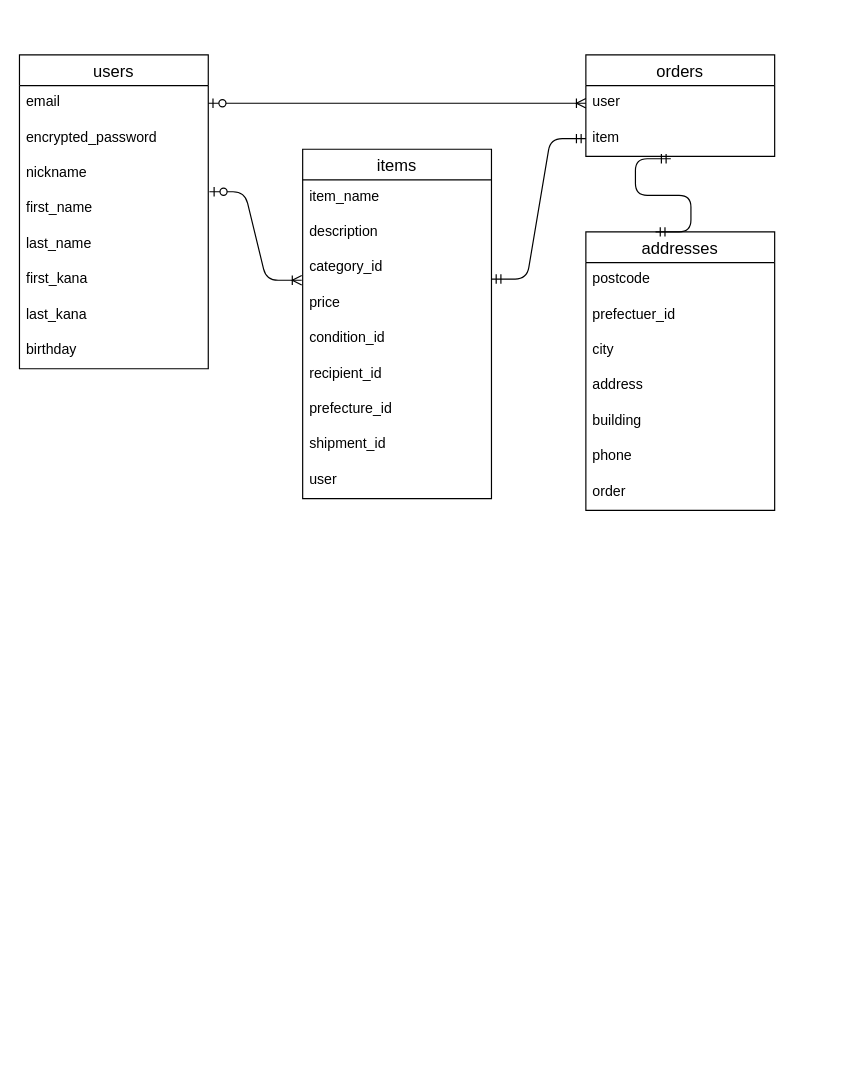
datiko1115/baton_app5 keeps this draw.io diagram as ER.dio. Above is the earlier version. Source tidied: cells renumbered, new cells numbered last; positions are measured from the earlier drawing's top-left corner, leaving out a move shared by most shapes. Both pictures are drawn from the tidied source at 118%, with x=0, y=0 at pixel (19, 54).
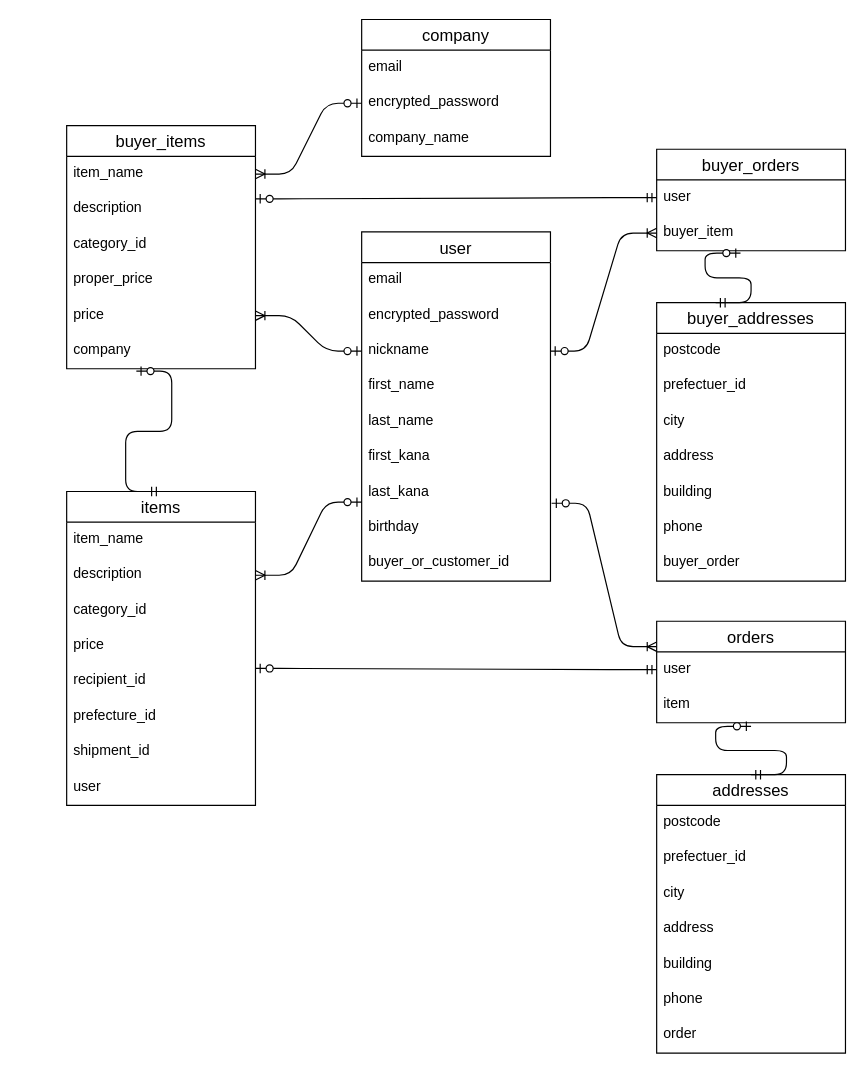
The same page after the edit.

Commit message (it also covers changes not shown here):
遷移図、README、ER図実装

The change refers to these unchanged cells:
```xml
<mxCell id="3" value="email" style="text;strokeColor=none;fillColor=none;spacingLeft=4;spacingRight=4;overflow=hidden;points=[[0,0.5],[1,0.5]];portConstraint=eastwest;fontSize=12;rounded=0;" parent="2" vertex="1">
  <mxGeometry y="26" width="160" height="30" as="geometry" />
</mxCell>
<mxCell id="5" value="nickname" style="text;strokeColor=none;fillColor=none;spacingLeft=4;spacingRight=4;overflow=hidden;points=[[0,0.5],[1,0.5]];portConstraint=eastwest;fontSize=12;rounded=0;" parent="2" vertex="1">
  <mxGeometry y="86" width="160" height="30" as="geometry" />
</mxCell>
<mxCell id="6" value="first_name" style="text;strokeColor=none;fillColor=none;spacingLeft=4;spacingRight=4;overflow=hidden;points=[[0,0.5],[1,0.5]];portConstraint=eastwest;fontSize=12;rounded=0;" parent="2" vertex="1">
  <mxGeometry y="116" width="160" height="30" as="geometry" />
</mxCell>
<mxCell id="9" value="last_kana" style="text;strokeColor=none;fillColor=none;spacingLeft=4;spacingRight=4;overflow=hidden;points=[[0,0.5],[1,0.5]];portConstraint=eastwest;fontSize=12;rounded=0;" parent="2" vertex="1">
  <mxGeometry y="206" width="160" height="30" as="geometry" />
</mxCell>
<mxCell id="12" value="item_name" style="text;strokeColor=none;fillColor=none;spacingLeft=4;spacingRight=4;overflow=hidden;points=[[0,0.5],[1,0.5]];portConstraint=eastwest;fontSize=12;rounded=0;" parent="11" vertex="1">
  <mxGeometry y="26" width="160" height="30" as="geometry" />
</mxCell>
<mxCell id="13" value="description" style="text;strokeColor=none;fillColor=none;spacingLeft=4;spacingRight=4;overflow=hidden;points=[[0,0.5],[1,0.5]];portConstraint=eastwest;fontSize=12;rounded=0;" parent="11" vertex="1">
  <mxGeometry y="56" width="160" height="30" as="geometry" />
</mxCell>
<mxCell id="14" value="category_id" style="text;strokeColor=none;fillColor=none;spacingLeft=4;spacingRight=4;overflow=hidden;points=[[0,0.5],[1,0.5]];portConstraint=eastwest;fontSize=12;rounded=0;" parent="11" vertex="1">
  <mxGeometry y="86" width="160" height="30" as="geometry" />
</mxCell>
<mxCell id="22" value="user" style="text;strokeColor=none;fillColor=none;spacingLeft=4;spacingRight=4;overflow=hidden;points=[[0,0.5],[1,0.5]];portConstraint=eastwest;fontSize=12;rounded=0;" parent="21" vertex="1">
  <mxGeometry y="26" width="160" height="30" as="geometry" />
</mxCell>
```

What changed in the source:
```diff
@@
-    <mxCell id="2" value="users" style="swimlane;fontStyle=0;horizontal=1;startSize=26;align=center;fontSize=14;rounded=0;" parent="1" vertex="1">
-      <mxGeometry width="160" height="266" as="geometry" />
+    <mxCell id="2" value="user" style="swimlane;fontStyle=0;horizontal=1;startSize=26;align=center;fontSize=14;rounded=0;" parent="1" vertex="1">
+      <mxGeometry x="290" y="150" width="160" height="296" as="geometry" />
     </mxCell>
@@
+    <mxCell id="36" value="buyer_or_customer_id" style="text;strokeColor=none;fillColor=none;spacingLeft=4;spacingRight=4;overflow=hidden;fontSize=12;rounded=0;" parent="2" vertex="1">
+      <mxGeometry y="266" width="160" height="30" as="geometry" />
+    </mxCell>
-    <mxCell id="11" value="items" style="swimlane;fontStyle=0;horizontal=1;startSize=26;align=center;fontSize=14;rounded=0;" parent="1" vertex="1">
-      <mxGeometry x="240" y="80" width="160" height="296" as="geometry" />
+    <mxCell id="11" value="buyer_items" style="swimlane;fontStyle=0;horizontal=1;startSize=26;align=center;fontSize=14;rounded=0;" parent="1" vertex="1">
+      <mxGeometry x="40" y="60" width="160" height="206" as="geometry" />
     </mxCell>
@@
+    <mxCell id="37" value="proper_price" style="text;strokeColor=none;fillColor=none;spacingLeft=4;spacingRight=4;overflow=hidden;fontSize=12;rounded=0;" parent="11" vertex="1">
+      <mxGeometry y="116" width="160" height="30" as="geometry" />
+    </mxCell>
     <mxCell id="15" value="price" style="text;strokeColor=none;fillColor=none;spacingLeft=4;spacingRight=4;overflow=hidden;points=[[0,0.5],[1,0.5]];portConstraint=eastwest;fontSize=12;rounded=0;" parent="11" vertex="1">
-      <mxGeometry y="116" width="160" height="30" as="geometry" />
+      <mxGeometry y="146" width="160" height="30" as="geometry" />
     </mxCell>
-    <mxCell id="16" value="condition_id" style="text;strokeColor=none;fillColor=none;spacingLeft=4;spacingRight=4;overflow=hidden;fontSize=12;rounded=0;" parent="11" vertex="1">
-      <mxGeometry y="146" width="160" height="30" as="geometry" />
-    </mxCell>
-    <mxCell id="17" value="recipient_id" style="text;strokeColor=none;fillColor=none;spacingLeft=4;spacingRight=4;overflow=hidden;points=[[0,0.5],[1,0.5]];portConstraint=eastwest;fontSize=12;rounded=0;" parent="11" vertex="1">
-      <mxGeometry y="176" width="160" height="30" as="geometry" />
-    </mxCell>
-    <mxCell id="18" value="prefecture_id" style="text;strokeColor=none;fillColor=none;spacingLeft=4;spacingRight=4;overflow=hidden;fontSize=12;rounded=0;" parent="11" vertex="1">
-      <mxGeometry y="206" width="160" height="30" as="geometry" />
-    </mxCell>
-    <mxCell id="19" value="shipment_id" style="text;strokeColor=none;fillColor=none;spacingLeft=4;spacingRight=4;overflow=hidden;fontSize=12;rounded=0;" parent="11" vertex="1">
-      <mxGeometry y="236" width="160" height="30" as="geometry" />
-    </mxCell>
-    <mxCell id="20" value="user" style="text;strokeColor=none;fillColor=none;spacingLeft=4;spacingRight=4;overflow=hidden;points=[[0,0.5],[1,0.5]];portConstraint=eastwest;fontSize=12;rounded=0;" parent="11" vertex="1">
-      <mxGeometry y="266" width="160" height="30" as="geometry" />
+    <mxCell id="20" value="company" style="text;strokeColor=none;fillColor=none;spacingLeft=4;spacingRight=4;overflow=hidden;points=[[0,0.5],[1,0.5]];portConstraint=eastwest;fontSize=12;rounded=0;" parent="11" vertex="1">
+      <mxGeometry y="176" width="160" height="30" as="geometry" />
     </mxCell>
-    <mxCell id="21" value="orders" style="swimlane;fontStyle=0;horizontal=1;startSize=26;align=center;fontSize=14;rounded=0;" parent="1" vertex="1">
-      <mxGeometry x="480" width="160" height="86" as="geometry" />
+    <mxCell id="21" value="buyer_orders" style="swimlane;fontStyle=0;horizontal=1;startSize=26;align=center;fontSize=14;rounded=0;" parent="1" vertex="1">
+      <mxGeometry x="540" y="80" width="160" height="86" as="geometry" />
     </mxCell>
@@
-    <mxCell id="23" value="item" style="text;strokeColor=none;fillColor=none;spacingLeft=4;spacingRight=4;overflow=hidden;points=[[0,0.5],[1,0.5]];portConstraint=eastwest;fontSize=12;rounded=0;" parent="21" vertex="1">
+    <mxCell id="23" value="buyer_item" style="text;strokeColor=none;fillColor=none;spacingLeft=4;spacingRight=4;overflow=hidden;points=[[0,0.5],[1,0.5]];portConstraint=eastwest;fontSize=12;rounded=0;" parent="21" vertex="1">
       <mxGeometry y="56" width="160" height="30" as="geometry" />
     </mxCell>
-    <mxCell id="24" value="addresses" style="swimlane;fontStyle=0;horizontal=1;startSize=26;align=center;fontSize=14;rounded=0;" parent="1" vertex="1">
-      <mxGeometry x="480" y="150" width="160" height="236" as="geometry" />
+    <mxCell id="24" value="buyer_addresses" style="swimlane;fontStyle=0;horizontal=1;startSize=26;align=center;fontSize=14;rounded=0;" parent="1" vertex="1">
+      <mxGeometry x="540" y="210" width="160" height="236" as="geometry" />
     </mxCell>
@@
-    <mxCell id="31" value="order" style="text;strokeColor=none;fillColor=none;spacingLeft=4;spacingRight=4;overflow=hidden;fontSize=12;rounded=0;" parent="24" vertex="1">
+    <mxCell id="31" value="buyer_order" style="text;strokeColor=none;fillColor=none;spacingLeft=4;spacingRight=4;overflow=hidden;fontSize=12;rounded=0;" parent="24" vertex="1">
       <mxGeometry y="206" width="160" height="30" as="geometry" />
     </mxCell>
-    <mxCell id="32" style="edgeStyle=entityRelationEdgeStyle;fontSize=12;html=1;endArrow=ERoneToMany;startArrow=ERzeroToOne;entryX=-0.005;entryY=-0.167;entryDx=0;entryDy=0;exitX=1.006;exitY=0;exitDx=0;exitDy=0;exitPerimeter=0;entryPerimeter=0;" parent="1" edge="1" source="6" target="15">
+    <mxCell id="32" style="edgeStyle=entityRelationEdgeStyle;fontSize=12;html=1;endArrow=ERoneToMany;startArrow=ERzeroToOne;entryX=1;entryY=0.5;entryDx=0;entryDy=0;exitX=0;exitY=0.5;exitDx=0;exitDy=0;" parent="1" edge="1" source="5" target="15">
       <mxGeometry relative="1" as="geometry" />
     </mxCell>
-    <mxCell id="33" style="edgeStyle=entityRelationEdgeStyle;fontSize=12;html=1;endArrow=ERmandOne;startArrow=ERmandOne;entryX=0;entryY=0.5;entryDx=0;entryDy=0;exitX=1;exitY=0.8;exitDx=0;exitDy=0;exitPerimeter=0;" parent="1" edge="1" source="14" target="23">
-      <mxGeometry relative="1" as="geometry" />
-    </mxCell>
-    <mxCell id="34" style="edgeStyle=entityRelationEdgeStyle;fontSize=12;html=1;endArrow=ERmandOne;startArrow=ERmandOne;entryX=0.45;entryY=1.067;entryDx=0;entryDy=0;entryPerimeter=0;exitX=0.369;exitY=0;exitDx=0;exitDy=0;exitPerimeter=0;" parent="1" edge="1" source="24" target="23">
-      <mxGeometry relative="1" as="geometry" />
-    </mxCell>
-    <mxCell id="35" style="edgeStyle=entityRelationEdgeStyle;fontSize=12;html=1;endArrow=ERoneToMany;startArrow=ERzeroToOne;entryX=0;entryY=0.5;entryDx=0;entryDy=0;exitX=1;exitY=0.5;exitDx=0;exitDy=0;" parent="1" edge="1" source="3" target="22">
+    <mxCell id="35" style="edgeStyle=entityRelationEdgeStyle;fontSize=12;html=1;endArrow=ERoneToMany;startArrow=ERzeroToOne;entryX=0;entryY=0.5;entryDx=0;entryDy=0;exitX=1;exitY=0.5;exitDx=0;exitDy=0;" parent="1" edge="1" source="5" target="23">
       <mxGeometry relative="1" as="geometry" />
     </mxCell>
+    <mxCell id="38" value="items" style="swimlane;fontStyle=0;horizontal=1;startSize=26;align=center;fontSize=14;rounded=0;" parent="1" vertex="1">
+      <mxGeometry x="40" y="370" width="160" height="266" as="geometry" />
+    </mxCell>
+    <mxCell id="39" value="item_name" style="text;strokeColor=none;fillColor=none;spacingLeft=4;spacingRight=4;overflow=hidden;fontSize=12;rounded=0;" parent="38" vertex="1">
+      <mxGeometry y="26" width="160" height="30" as="geometry" />
+    </mxCell>
+    <mxCell id="40" value="description" style="text;strokeColor=none;fillColor=none;spacingLeft=4;spacingRight=4;overflow=hidden;points=[[0,0.5],[1,0.5]];portConstraint=eastwest;fontSize=12;rounded=0;" parent="38" vertex="1">
+      <mxGeometry y="56" width="160" height="30" as="geometry" />
+    </mxCell>
+    <mxCell id="41" value="category_id" style="text;strokeColor=none;fillColor=none;spacingLeft=4;spacingRight=4;overflow=hidden;fontSize=12;rounded=0;" parent="38" vertex="1">
+      <mxGeometry y="86" width="160" height="30" as="geometry" />
+    </mxCell>
+    <mxCell id="42" value="price" style="text;strokeColor=none;fillColor=none;spacingLeft=4;spacingRight=4;overflow=hidden;fontSize=12;rounded=0;" parent="38" vertex="1">
+      <mxGeometry y="116" width="160" height="30" as="geometry" />
+    </mxCell>
+    <mxCell id="17" value="recipient_id" style="text;strokeColor=none;fillColor=none;spacingLeft=4;spacingRight=4;overflow=hidden;points=[[0,0.5],[1,0.5]];portConstraint=eastwest;fontSize=12;rounded=0;" parent="38" vertex="1">
+      <mxGeometry y="146" width="160" height="30" as="geometry" />
+    </mxCell>
+    <mxCell id="18" value="prefecture_id" style="text;strokeColor=none;fillColor=none;spacingLeft=4;spacingRight=4;overflow=hidden;fontSize=12;rounded=0;" parent="38" vertex="1">
+      <mxGeometry y="176" width="160" height="30" as="geometry" />
+    </mxCell>
+    <mxCell id="19" value="shipment_id" style="text;strokeColor=none;fillColor=none;spacingLeft=4;spacingRight=4;overflow=hidden;fontSize=12;rounded=0;" parent="38" vertex="1">
+      <mxGeometry y="206" width="160" height="30" as="geometry" />
+    </mxCell>
+    <mxCell id="43" value="user" style="text;strokeColor=none;fillColor=none;spacingLeft=4;spacingRight=4;overflow=hidden;fontSize=12;rounded=0;" parent="38" vertex="1">
+      <mxGeometry y="236" width="160" height="30" as="geometry" />
+    </mxCell>
+    <mxCell id="44" style="edgeStyle=entityRelationEdgeStyle;fontSize=12;html=1;endArrow=ERoneToMany;startArrow=ERzeroToOne;entryX=0;entryY=0.25;entryDx=0;entryDy=0;exitX=1.006;exitY=0.8;exitDx=0;exitDy=0;exitPerimeter=0;" parent="1" edge="1" source="9" target="45">
+      <mxGeometry relative="1" as="geometry" />
+    </mxCell>
+    <mxCell id="45" value="orders" style="swimlane;fontStyle=0;horizontal=1;startSize=26;align=center;fontSize=14;rounded=0;" parent="1" vertex="1">
+      <mxGeometry x="540" y="480" width="160" height="86" as="geometry" />
+    </mxCell>
+    <mxCell id="46" value="user" style="text;strokeColor=none;fillColor=none;spacingLeft=4;spacingRight=4;overflow=hidden;points=[[0,0.5],[1,0.5]];portConstraint=eastwest;fontSize=12;rounded=0;" parent="45" vertex="1">
+      <mxGeometry y="26" width="160" height="30" as="geometry" />
+    </mxCell>
+    <mxCell id="47" value="item" style="text;strokeColor=none;fillColor=none;spacingLeft=4;spacingRight=4;overflow=hidden;fontSize=12;rounded=0;" parent="45" vertex="1">
+      <mxGeometry y="56" width="160" height="30" as="geometry" />
+    </mxCell>
+    <mxCell id="48" value="addresses" style="swimlane;fontStyle=0;horizontal=1;startSize=26;align=center;fontSize=14;rounded=0;" parent="1" vertex="1">
+      <mxGeometry x="540" y="610" width="160" height="236" as="geometry" />
+    </mxCell>
+    <mxCell id="49" value="postcode" style="text;strokeColor=none;fillColor=none;spacingLeft=4;spacingRight=4;overflow=hidden;fontSize=12;rounded=0;" parent="48" vertex="1">
+      <mxGeometry y="26" width="160" height="30" as="geometry" />
+    </mxCell>
+    <mxCell id="50" value="prefectuer_id" style="text;strokeColor=none;fillColor=none;spacingLeft=4;spacingRight=4;overflow=hidden;fontSize=12;rounded=0;" parent="48" vertex="1">
+      <mxGeometry y="56" width="160" height="30" as="geometry" />
+    </mxCell>
+    <mxCell id="51" value="city" style="text;strokeColor=none;fillColor=none;spacingLeft=4;spacingRight=4;overflow=hidden;fontSize=12;rounded=0;" parent="48" vertex="1">
+      <mxGeometry y="86" width="160" height="30" as="geometry" />
+    </mxCell>
+    <mxCell id="52" value="address" style="text;strokeColor=none;fillColor=none;spacingLeft=4;spacingRight=4;overflow=hidden;fontSize=12;rounded=0;" parent="48" vertex="1">
+      <mxGeometry y="116" width="160" height="30" as="geometry" />
+    </mxCell>
+    <mxCell id="53" value="building" style="text;strokeColor=none;fillColor=none;spacingLeft=4;spacingRight=4;overflow=hidden;fontSize=12;rounded=0;" parent="48" vertex="1">
+      <mxGeometry y="146" width="160" height="30" as="geometry" />
+    </mxCell>
+    <mxCell id="54" value="phone" style="text;strokeColor=none;fillColor=none;spacingLeft=4;spacingRight=4;overflow=hidden;fontSize=12;rounded=0;" parent="48" vertex="1">
+      <mxGeometry y="176" width="160" height="30" as="geometry" />
+    </mxCell>
+    <mxCell id="55" value="order" style="text;strokeColor=none;fillColor=none;spacingLeft=4;spacingRight=4;overflow=hidden;fontSize=12;rounded=0;" parent="48" vertex="1">
+      <mxGeometry y="206" width="160" height="30" as="geometry" />
+    </mxCell>
+    <mxCell id="56" value="company" style="swimlane;fontStyle=0;horizontal=1;startSize=26;align=center;fontSize=14;rounded=0;" parent="1" vertex="1">
+      <mxGeometry x="290" y="-30" width="160" height="116" as="geometry" />
+    </mxCell>
+    <mxCell id="57" value="email" style="text;strokeColor=none;fillColor=none;spacingLeft=4;spacingRight=4;overflow=hidden;fontSize=12;rounded=0;" parent="56" vertex="1">
+      <mxGeometry y="26" width="160" height="30" as="geometry" />
+    </mxCell>
+    <mxCell id="58" value="encrypted_password" style="text;strokeColor=none;fillColor=none;spacingLeft=4;spacingRight=4;overflow=hidden;points=[[0,0.5],[1,0.5]];portConstraint=eastwest;fontSize=12;rounded=0;" parent="56" vertex="1">
+      <mxGeometry y="56" width="160" height="30" as="geometry" />
+    </mxCell>
+    <mxCell id="59" value="company_name" style="text;strokeColor=none;fillColor=none;spacingLeft=4;spacingRight=4;overflow=hidden;fontSize=12;rounded=0;" parent="56" vertex="1">
+      <mxGeometry y="86" width="160" height="30" as="geometry" />
+    </mxCell>
+    <mxCell id="60" style="edgeStyle=entityRelationEdgeStyle;fontSize=12;html=1;endArrow=ERoneToMany;startArrow=ERzeroToOne;exitX=0;exitY=0.767;exitDx=0;exitDy=0;entryX=1;entryY=0.5;entryDx=0;entryDy=0;exitPerimeter=0;" parent="1" edge="1" source="9" target="40">
+      <mxGeometry relative="1" as="geometry" />
+    </mxCell>
+    <mxCell id="61" style="edgeStyle=entityRelationEdgeStyle;fontSize=12;html=1;endArrow=ERoneToMany;startArrow=ERzeroToOne;exitX=0;exitY=0.5;exitDx=0;exitDy=0;entryX=1;entryY=0.5;entryDx=0;entryDy=0;" parent="1" edge="1" source="58" target="12">
+      <mxGeometry relative="1" as="geometry" />
+    </mxCell>
+    <mxCell id="62" style="edgeStyle=entityRelationEdgeStyle;fontSize=12;html=1;endArrow=ERzeroToOne;startArrow=ERmandOne;entryX=1;entryY=0.2;entryDx=0;entryDy=0;exitX=0;exitY=0.5;exitDx=0;exitDy=0;entryPerimeter=0;" parent="1" edge="1" source="22" target="13">
+      <mxGeometry relative="1" as="geometry" />
+    </mxCell>
+    <mxCell id="63" style="edgeStyle=entityRelationEdgeStyle;fontSize=12;html=1;endArrow=ERzeroToOne;startArrow=ERmandOne;exitX=0.5;exitY=0;exitDx=0;exitDy=0;entryX=0.369;entryY=1.067;entryDx=0;entryDy=0;entryPerimeter=0;" parent="1" edge="1" source="38" target="20">
+      <mxGeometry relative="1" as="geometry" />
+    </mxCell>
+    <mxCell id="64" style="edgeStyle=entityRelationEdgeStyle;fontSize=12;html=1;endArrow=ERzeroToOne;startArrow=ERmandOne;exitX=0;exitY=0.5;exitDx=0;exitDy=0;entryX=1;entryY=0.133;entryDx=0;entryDy=0;entryPerimeter=0;" parent="1" edge="1" source="46" target="17">
+      <mxGeometry relative="1" as="geometry" />
+    </mxCell>
+    <mxCell id="65" style="edgeStyle=entityRelationEdgeStyle;fontSize=12;html=1;endArrow=ERzeroToOne;startArrow=ERmandOne;entryX=0.444;entryY=1.067;entryDx=0;entryDy=0;entryPerimeter=0;" parent="1" edge="1" target="23">
+      <mxGeometry relative="1" as="geometry">
+        <mxPoint x="590" y="210" as="sourcePoint" />
+      </mxGeometry>
+    </mxCell>
+    <mxCell id="66" style="edgeStyle=entityRelationEdgeStyle;fontSize=12;html=1;endArrow=ERzeroToOne;startArrow=ERmandOne;exitX=0.5;exitY=0;exitDx=0;exitDy=0;" parent="1" edge="1" source="48">
+      <mxGeometry relative="1" as="geometry">
+        <mxPoint x="620" y="569" as="targetPoint" />
+      </mxGeometry>
+    </mxCell>
```
